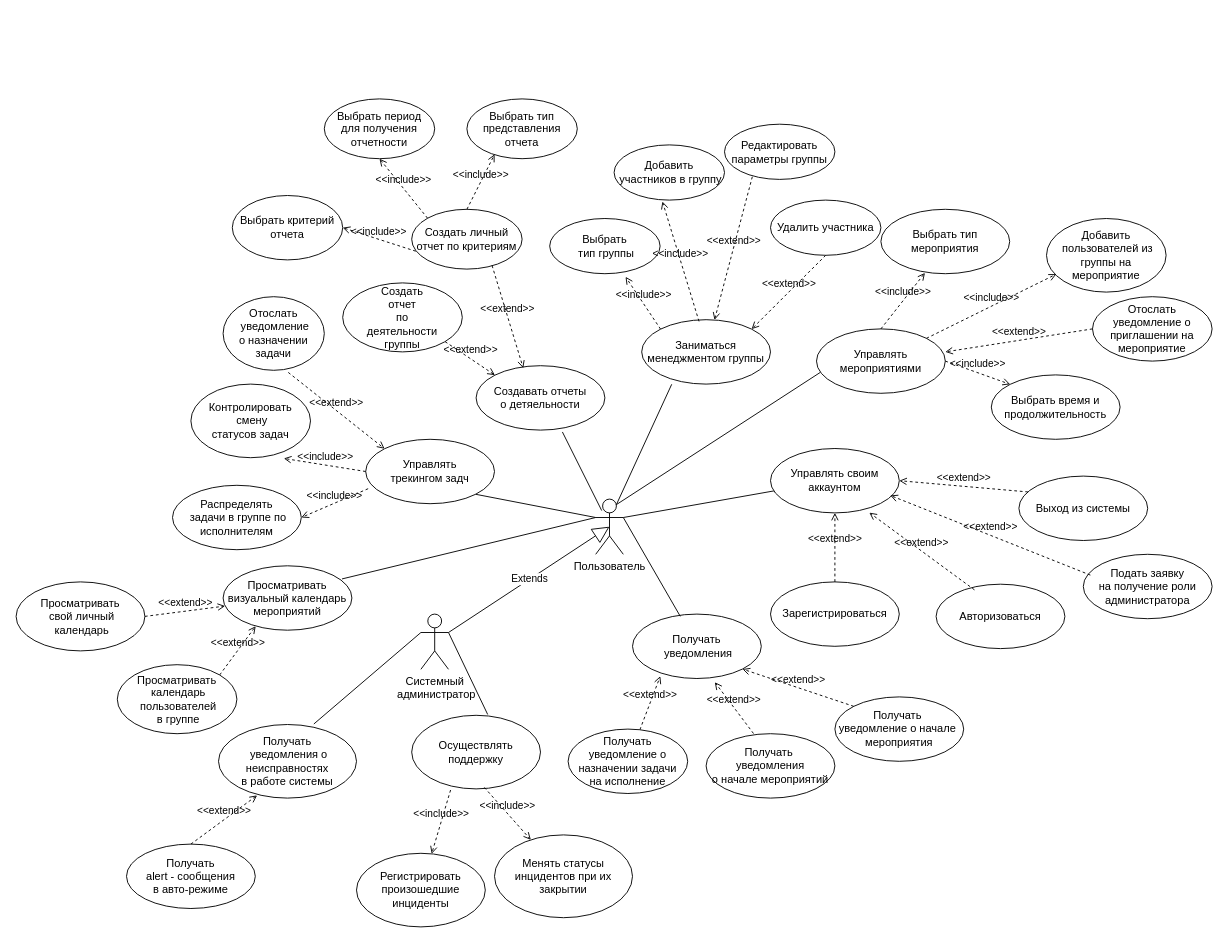
Earlier version of the draw.io diagram Диплом/cases.drawio (Tigeroff2002/Labs). Source tidied: cells renumbered, new cells numbered last; positions are measured from the earlier drawing's top-left corner, leaving out a move shared by most shapes. Both pictures are drawn from the tidied source at 92%, with x=0, y=0 at pixel (16, 98).
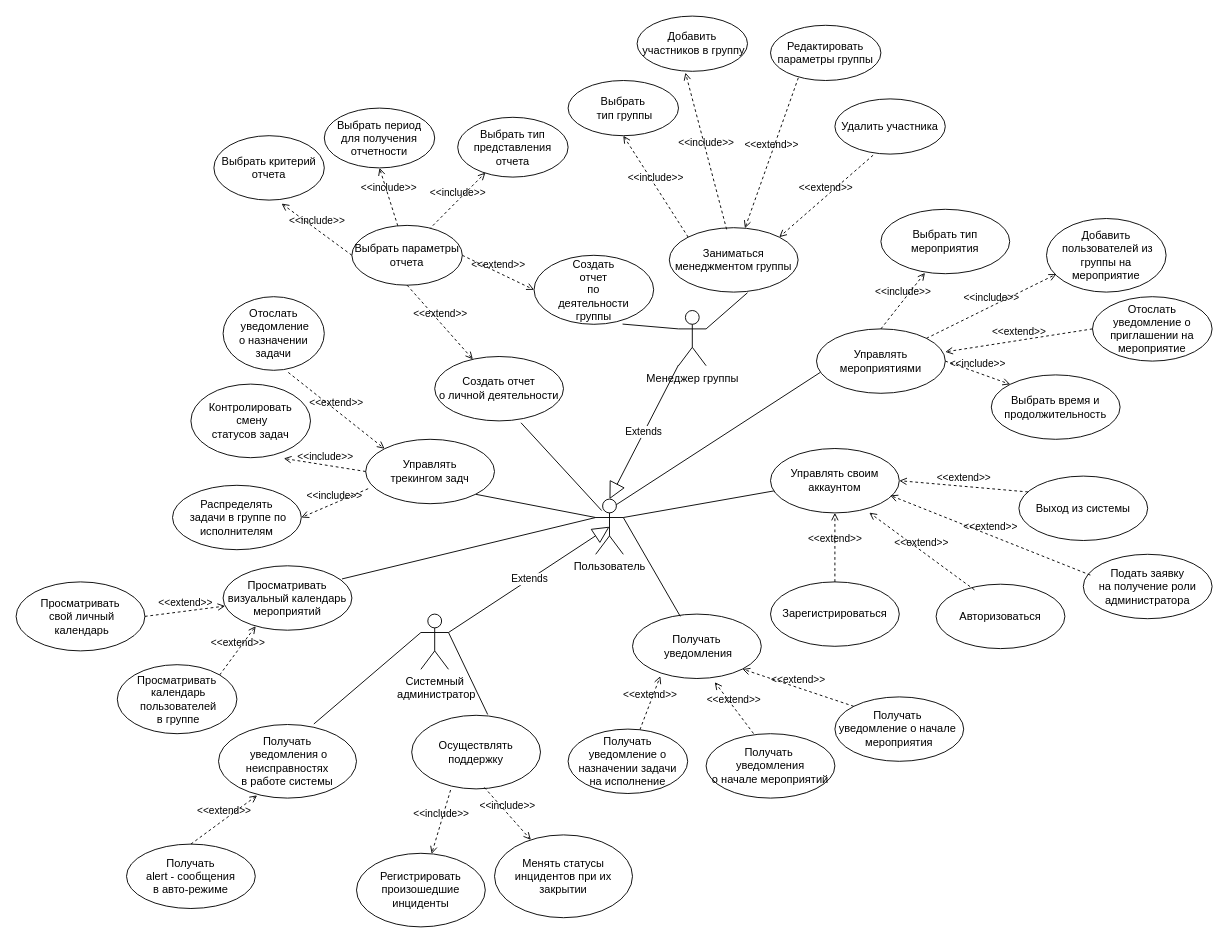
Above is the later version.

The change refers to these unchanged cells:
```xml
<mxCell id="2" value="Пользователь" style="shape=umlActor;verticalLabelPosition=bottom;verticalAlign=top;html=1;" parent="1" vertex="1">
  <mxGeometry x="630" y="435" width="30" height="60" as="geometry" />
</mxCell>
```

The edit, as a diff of the source:
```diff
@@
     <mxCell id="11" value="Заниматься&lt;br&gt;менеджментом группы" style="ellipse;whiteSpace=wrap;html=1;" parent="1" vertex="1">
-      <mxGeometry x="680" y="240" width="140" height="70" as="geometry" />
+      <mxGeometry x="710" y="140" width="140" height="70" as="geometry" />
     </mxCell>
-    <mxCell id="12" style="endArrow=none;html=1;rounded=0;entryX=0.75;entryY=0.1;entryDx=0;entryDy=0;entryPerimeter=0;exitX=0.233;exitY=1.003;exitDx=0;exitDy=0;exitPerimeter=0;" parent="1" edge="1" source="11" target="2">
-      <mxGeometry relative="1" as="geometry" />
-    </mxCell>
     <mxCell id="13" value="Выбрать&lt;br&gt;&amp;nbsp;тип группы" style="ellipse;whiteSpace=wrap;html=1;" parent="1" vertex="1">
-      <mxGeometry x="580" y="130" width="120" height="60" as="geometry" />
+      <mxGeometry x="600" y="-20" width="120" height="60" as="geometry" />
     </mxCell>
     <mxCell id="14" value="Добавить&lt;br&gt;&amp;nbsp;участников в группу" style="ellipse;whiteSpace=wrap;html=1;" parent="1" vertex="1">
-      <mxGeometry x="650" y="50" width="120" height="60" as="geometry" />
+      <mxGeometry x="675" y="-90" width="120" height="60" as="geometry" />
     </mxCell>
@@
-    <mxCell id="26" value="Создавать отчеты&lt;br&gt;о детяельности" style="ellipse;whiteSpace=wrap;html=1;" parent="1" vertex="1">
-      <mxGeometry x="500" y="290" width="140" height="70" as="geometry" />
+    <mxCell id="26" value="Создать отчет&lt;br&gt;о личной деятельности" style="ellipse;whiteSpace=wrap;html=1;" parent="1" vertex="1">
+      <mxGeometry x="455" y="280" width="140" height="70" as="geometry" />
     </mxCell>
@@
     <mxCell id="56" value="Редактировать параметры группы" style="ellipse;whiteSpace=wrap;html=1;" parent="1" vertex="1">
-      <mxGeometry x="770" y="27.5" width="120" height="60" as="geometry" />
+      <mxGeometry x="820" y="-80" width="120" height="60" as="geometry" />
     </mxCell>
     <mxCell id="57" value="Удалить участника" style="ellipse;whiteSpace=wrap;html=1;" parent="1" vertex="1">
-      <mxGeometry x="820" y="110" width="120" height="60" as="geometry" />
+      <mxGeometry x="890" width="120" height="60" as="geometry" />
     </mxCell>
-    <mxCell id="58" value="&amp;lt;&amp;lt;include&amp;gt;&amp;gt;" style="html=1;verticalAlign=bottom;labelBackgroundColor=none;endArrow=open;endFill=0;dashed=1;rounded=0;exitX=0;exitY=0;exitDx=0;exitDy=0;entryX=0.687;entryY=1.056;entryDx=0;entryDy=0;entryPerimeter=0;" parent="1" edge="1" source="11" target="13">
+    <mxCell id="58" value="&amp;lt;&amp;lt;include&amp;gt;&amp;gt;" style="html=1;verticalAlign=bottom;labelBackgroundColor=none;endArrow=open;endFill=0;dashed=1;rounded=0;exitX=0;exitY=0;exitDx=0;exitDy=0;entryX=0.5;entryY=1;entryDx=0;entryDy=0;" parent="1" edge="1" source="11" target="13">
       <mxGeometry relative="1" as="geometry" />
     </mxCell>
@@
-    <mxCell id="68" value="Создать личный&lt;br&gt;отчет по критериям" style="ellipse;whiteSpace=wrap;html=1;" parent="1" vertex="1">
-      <mxGeometry x="430" y="120" width="120" height="65" as="geometry" />
-    </mxCell>
     <mxCell id="69" value="Создать &lt;br&gt;отчет &lt;br&gt;по&lt;br&gt;деятельности&lt;br&gt;группы" style="ellipse;whiteSpace=wrap;html=1;" parent="1" vertex="1">
-      <mxGeometry x="355" y="200" width="130" height="75" as="geometry" />
+      <mxGeometry x="563" y="170" width="130" height="75" as="geometry" />
     </mxCell>
     <mxCell id="70" value="Выбрать период&lt;br&gt;для получения&lt;br&gt;отчетности" style="ellipse;whiteSpace=wrap;html=1;" parent="1" vertex="1">
-      <mxGeometry x="335" width="120" height="65" as="geometry" />
+      <mxGeometry x="335" y="10" width="120" height="65" as="geometry" />
     </mxCell>
     <mxCell id="71" value="Выбрать критерий отчета" style="ellipse;whiteSpace=wrap;html=1;" parent="1" vertex="1">
-      <mxGeometry x="235" y="105" width="120" height="70" as="geometry" />
+      <mxGeometry x="215" y="40" width="120" height="70" as="geometry" />
     </mxCell>
     <mxCell id="72" value="Выбрать тип&lt;br&gt;представления&lt;br&gt;отчета" style="ellipse;whiteSpace=wrap;html=1;" parent="1" vertex="1">
-      <mxGeometry x="490" width="120" height="65" as="geometry" />
+      <mxGeometry x="480" y="20" width="120" height="65" as="geometry" />
     </mxCell>
-    <mxCell id="73" value="&amp;lt;&amp;lt;extend&amp;gt;&amp;gt;" style="html=1;verticalAlign=bottom;labelBackgroundColor=none;endArrow=open;endFill=0;dashed=1;rounded=0;exitX=0.5;exitY=1;exitDx=0;exitDy=0;entryX=1;entryY=0;entryDx=0;entryDy=0;" parent="1" edge="1" source="57" target="11">
+    <mxCell id="73" value="&amp;lt;&amp;lt;extend&amp;gt;&amp;gt;" style="html=1;verticalAlign=bottom;labelBackgroundColor=none;endArrow=open;endFill=0;dashed=1;rounded=0;exitX=0.346;exitY=1.02;exitDx=0;exitDy=0;entryX=1;entryY=0;entryDx=0;entryDy=0;exitPerimeter=0;" parent="1" edge="1" source="57" target="11">
       <mxGeometry relative="1" as="geometry" />
     </mxCell>
-    <mxCell id="74" value="&amp;lt;&amp;lt;extend&amp;gt;&amp;gt;" style="html=1;verticalAlign=bottom;labelBackgroundColor=none;endArrow=open;endFill=0;dashed=1;rounded=0;exitX=1;exitY=1;exitDx=0;exitDy=0;entryX=0;entryY=0;entryDx=0;entryDy=0;" parent="1" edge="1" source="69" target="26">
-      <mxGeometry relative="1" as="geometry" />
-    </mxCell>
-    <mxCell id="75" value="&amp;lt;&amp;lt;extend&amp;gt;&amp;gt;" style="html=1;verticalAlign=bottom;labelBackgroundColor=none;endArrow=open;endFill=0;dashed=1;rounded=0;exitX=0.728;exitY=0.94;exitDx=0;exitDy=0;entryX=0.366;entryY=0.038;entryDx=0;entryDy=0;entryPerimeter=0;exitPerimeter=0;" parent="1" edge="1" source="68" target="26">
-      <mxGeometry relative="1" as="geometry" />
-    </mxCell>
-    <mxCell id="76" value="&amp;lt;&amp;lt;include&amp;gt;&amp;gt;" style="html=1;verticalAlign=bottom;labelBackgroundColor=none;endArrow=open;endFill=0;dashed=1;rounded=0;exitX=0.037;exitY=0.701;exitDx=0;exitDy=0;entryX=1;entryY=0.5;entryDx=0;entryDy=0;exitPerimeter=0;" parent="1" edge="1" source="68" target="71">
+    <mxCell id="76" value="&amp;lt;&amp;lt;include&amp;gt;&amp;gt;" style="html=1;verticalAlign=bottom;labelBackgroundColor=none;endArrow=open;endFill=0;dashed=1;rounded=0;exitX=0;exitY=0.5;exitDx=0;exitDy=0;entryX=0.613;entryY=1.054;entryDx=0;entryDy=0;entryPerimeter=0;" parent="1" edge="1" source="81" target="71">
       <mxGeometry relative="1" as="geometry" />
     </mxCell>
-    <mxCell id="77" value="&amp;lt;&amp;lt;include&amp;gt;&amp;gt;" style="html=1;verticalAlign=bottom;labelBackgroundColor=none;endArrow=open;endFill=0;dashed=1;rounded=0;exitX=0;exitY=0;exitDx=0;exitDy=0;entryX=0.5;entryY=1;entryDx=0;entryDy=0;" parent="1" edge="1" source="68" target="70">
+    <mxCell id="77" value="&amp;lt;&amp;lt;include&amp;gt;&amp;gt;" style="html=1;verticalAlign=bottom;labelBackgroundColor=none;endArrow=open;endFill=0;dashed=1;rounded=0;entryX=0.5;entryY=1;entryDx=0;entryDy=0;" parent="1" edge="1" source="81" target="70">
       <mxGeometry relative="1" as="geometry" />
     </mxCell>
-    <mxCell id="78" value="&amp;lt;&amp;lt;include&amp;gt;&amp;gt;" style="html=1;verticalAlign=bottom;labelBackgroundColor=none;endArrow=open;endFill=0;dashed=1;rounded=0;exitX=0.5;exitY=0;exitDx=0;exitDy=0;entryX=0.251;entryY=0.926;entryDx=0;entryDy=0;entryPerimeter=0;" parent="1" edge="1" source="68" target="72">
+    <mxCell id="78" value="&amp;lt;&amp;lt;include&amp;gt;&amp;gt;" style="html=1;verticalAlign=bottom;labelBackgroundColor=none;endArrow=open;endFill=0;dashed=1;rounded=0;entryX=0.251;entryY=0.926;entryDx=0;entryDy=0;entryPerimeter=0;exitX=0.698;exitY=0.069;exitDx=0;exitDy=0;exitPerimeter=0;" parent="1" edge="1" source="81" target="72">
       <mxGeometry relative="1" as="geometry" />
     </mxCell>
+    <mxCell id="79" value="Менеджер группы" style="shape=umlActor;verticalLabelPosition=bottom;verticalAlign=top;html=1;" parent="1" vertex="1">
+      <mxGeometry x="720" y="230" width="30" height="60" as="geometry" />
+    </mxCell>
+    <mxCell id="80" value="Extends" style="endArrow=block;endSize=16;endFill=0;html=1;rounded=0;entryX=0.5;entryY=0;entryDx=0;entryDy=0;entryPerimeter=0;" parent="1" edge="1" source="79" target="2">
+      <mxGeometry relative="1" as="geometry" />
+    </mxCell>
+    <mxCell id="81" value="Выбрать параметры отчета" style="ellipse;whiteSpace=wrap;html=1;" parent="1" vertex="1">
+      <mxGeometry x="365" y="137.5" width="120" height="65" as="geometry" />
+    </mxCell>
+    <mxCell id="82" style="endArrow=none;html=1;rounded=0;entryX=0.74;entryY=0.997;entryDx=0;entryDy=0;entryPerimeter=0;exitX=0;exitY=0.3333333333333333;exitDx=0;exitDy=0;exitPerimeter=0;" parent="1" edge="1" source="79" target="69">
+      <mxGeometry relative="1" as="geometry" />
+    </mxCell>
+    <mxCell id="83" style="endArrow=none;html=1;rounded=0;entryX=0.607;entryY=1.01;entryDx=0;entryDy=0;entryPerimeter=0;exitX=1;exitY=0.3333333333333333;exitDx=0;exitDy=0;exitPerimeter=0;" parent="1" edge="1" source="79" target="11">
+      <mxGeometry relative="1" as="geometry" />
+    </mxCell>
+    <mxCell id="84" value="&amp;lt;&amp;lt;extend&amp;gt;&amp;gt;" style="html=1;verticalAlign=bottom;labelBackgroundColor=none;endArrow=open;endFill=0;dashed=1;rounded=0;entryX=0;entryY=0.5;entryDx=0;entryDy=0;exitX=1;exitY=0.5;exitDx=0;exitDy=0;" parent="1" edge="1" source="81" target="69">
+      <mxGeometry relative="1" as="geometry" />
+    </mxCell>
+    <mxCell id="85" value="&amp;lt;&amp;lt;extend&amp;gt;&amp;gt;" style="html=1;verticalAlign=bottom;labelBackgroundColor=none;endArrow=open;endFill=0;dashed=1;rounded=0;exitX=0.5;exitY=1;exitDx=0;exitDy=0;" parent="1" edge="1" source="81" target="26">
+      <mxGeometry relative="1" as="geometry" />
+    </mxCell>
```
